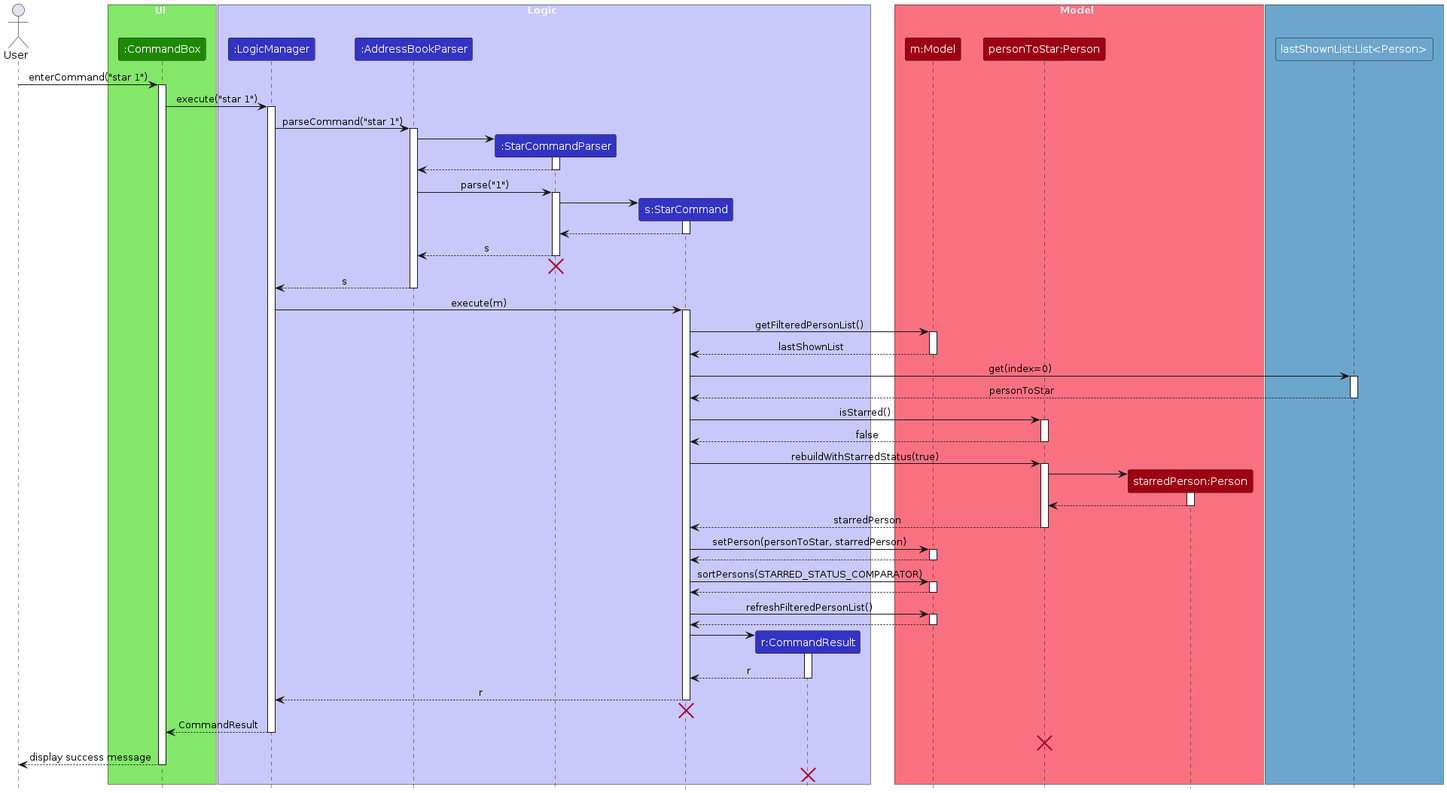
The PlantUML diagram diagrams/star-feature/StarSequenceDiagram.png in AY2526S1-CS2103T-F09-1/tp, before a commit. Its source is kept beside it as diagrams/star-feature/StarSequenceDiagram.puml. Source of this version:
```plantuml
@startuml
!include ../style.puml
skinparam ArrowFontStyle plain

actor User

box UI UI_COLOR_T1
participant ":CommandBox" as CommandBox UI_COLOR
end box

box Logic LOGIC_COLOR_T1
participant ":LogicManager" as LogicManager LOGIC_COLOR
participant ":AddressBookParser" as AddressBookParser LOGIC_COLOR
participant ":StarCommandParser" as StarCommandParser LOGIC_COLOR
participant "s:StarCommand" as StarCommand LOGIC_COLOR
participant "r:CommandResult" as CommandResult LOGIC_COLOR
end box

box Model MODEL_COLOR_T1
participant "m:Model" as Model MODEL_COLOR
participant "personToStar:Person" as personToStar MODEL_COLOR
participant "starredPerson:Person" as starredPerson MODEL_COLOR
end box

box #6CA6CD
participant "lastShownList:List<Person>" as lastShownList #6CA6CD
endbox

User -> CommandBox : enterCommand("star 1")
activate CommandBox

CommandBox -> LogicManager : execute("star 1")
activate LogicManager

LogicManager -> AddressBookParser : parseCommand("star 1")
activate AddressBookParser

create StarCommandParser
AddressBookParser -> StarCommandParser
activate StarCommandParser

StarCommandParser --> AddressBookParser
deactivate StarCommandParser

AddressBookParser -> StarCommandParser : parse("1")
activate StarCommandParser

create StarCommand
StarCommandParser -> StarCommand
activate StarCommand

StarCommand --> StarCommandParser
deactivate StarCommand

StarCommandParser --> AddressBookParser : s
deactivate StarCommandParser
StarCommandParser -[hidden]-> AddressBookParser
destroy StarCommandParser

AddressBookParser --> LogicManager : s
deactivate AddressBookParser

LogicManager -> StarCommand : execute(m)
activate StarCommand

StarCommand -> Model : getFilteredPersonList()
activate Model
Model --> StarCommand : lastShownList
deactivate Model

StarCommand -> lastShownList : get(index=0)
activate lastShownList
lastShownList --> StarCommand : personToStar
deactivate lastShownList

StarCommand -> personToStar : isStarred()
activate personToStar
personToStar --> StarCommand : false
deactivate personToStar

StarCommand -> personToStar : rebuildWithStarredStatus(true)
activate personToStar

create starredPerson
personToStar -> starredPerson
activate starredPerson

starredPerson --> personToStar
deactivate starredPerson

personToStar --> StarCommand : starredPerson
deactivate personToStar

StarCommand -> Model : setPerson(personToStar, starredPerson)
activate Model
Model --> StarCommand
deactivate Model

StarCommand -> Model : sortPersons(STARRED_STATUS_COMPARATOR)
activate Model
Model --> StarCommand
deactivate Model

StarCommand -> Model : refreshFilteredPersonList()
activate Model
Model --> StarCommand
deactivate Model

create CommandResult
StarCommand -> CommandResult
activate CommandResult

CommandResult --> StarCommand : r
deactivate CommandResult

StarCommand --> LogicManager : r
deactivate StarCommand

StarCommand -[hidden]-> LogicManager
destroy StarCommand

LogicManager --> CommandBox : CommandResult
deactivate LogicManager

personToStar -[hidden]-> LogicManager
destroy personToStar

CommandBox --> User : display success message
deactivate CommandBox
CommandResult -[hidden]-> LogicManager
destroy CommandResult

@enduml
```
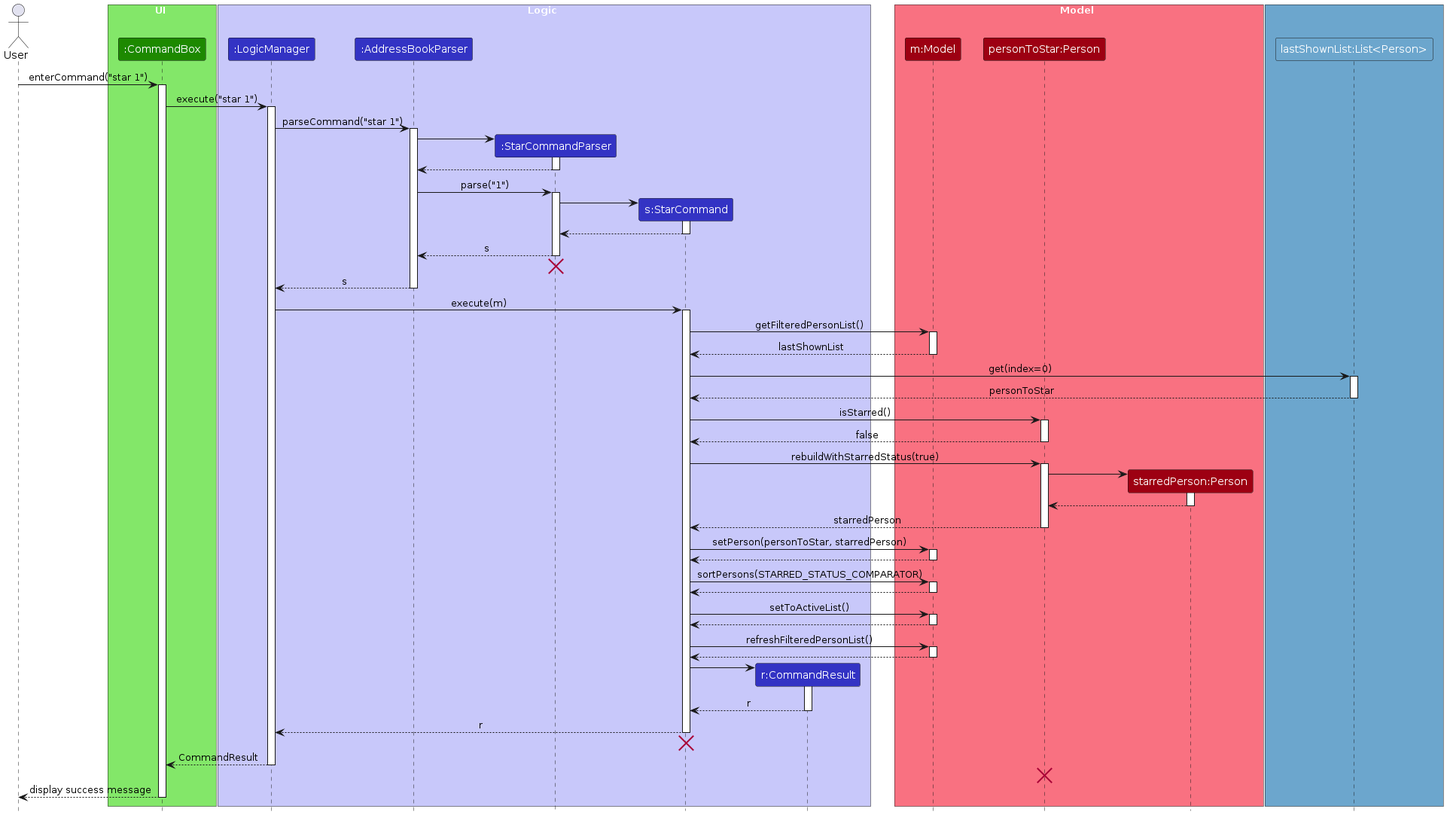
After the change.

Change to the diagram source:
```diff
@@ -101,6 +101,11 @@
 Model --> StarCommand
 deactivate Model
 
+StarCommand -> Model : setToActiveList()
+activate Model
+Model --> StarCommand
+deactivate Model
+
 StarCommand -> Model : refreshFilteredPersonList()
 activate Model
 Model --> StarCommand
@@ -127,7 +132,5 @@
 
 CommandBox --> User : display success message
 deactivate CommandBox
-CommandResult -[hidden]-> LogicManager
-destroy CommandResult
 
 @enduml
```
